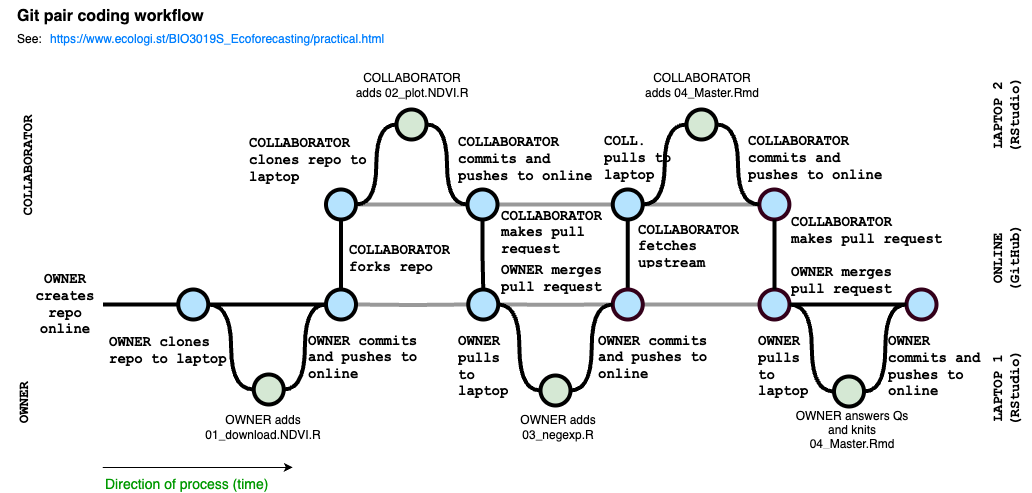
The draw.io diagram GitDiagram.drawio.png in jslingsby/BIO3019S_Ecoforecasting, before a commit. Source tidied: cells renumbered, new cells last; positions are measured from the earlier drawing's top-left corner, leaving out a move shared by most shapes.
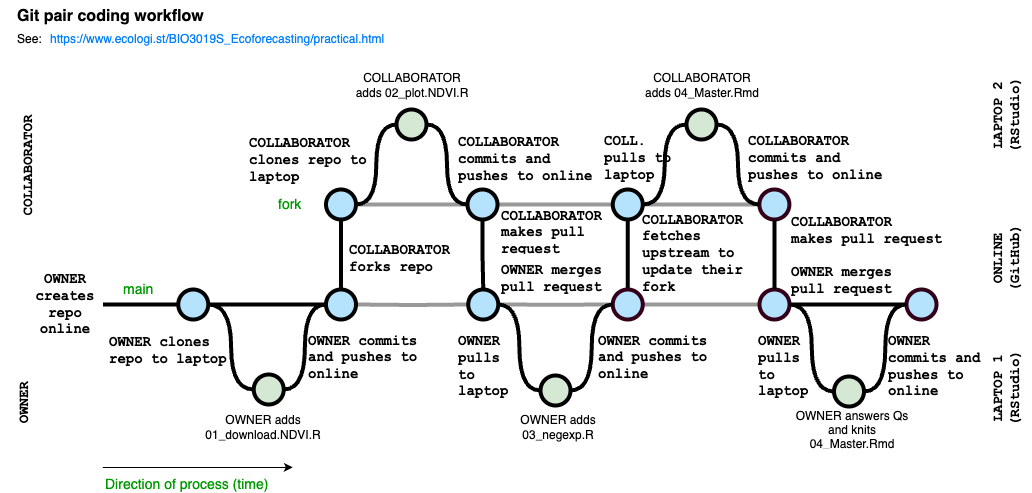
After the change.

The edit, as a diff of the source:
```diff
@@ -129,8 +129,8 @@
     <mxCell id="41" style="edgeStyle=orthogonalEdgeStyle;rounded=0;html=1;jettySize=auto;plain-blue;endArrow=none;endFill=0;strokeWidth=4;strokeColor=#000000;entryX=0.5;entryY=0;entryDx=0;entryDy=0;entryPerimeter=0;exitX=0.5;exitY=1;exitDx=0;exitDy=0;exitPerimeter=0;" parent="1" edge="1" source="57" target="58">
       <mxGeometry x="292.2" y="211" as="geometry" />
     </mxCell>
-    <mxCell id="42" value="COLLABORATOR&lt;br&gt;fetches &lt;br&gt;upstream" style="text;html=1;strokeColor=none;fillColor=none;align=left;verticalAlign=middle;whiteSpace=wrap;overflow=hidden;fontSize=14;fontStyle=1;fontFamily=Courier New;" parent="1" vertex="1">
-      <mxGeometry x="682" y="219" width="110" height="50" as="geometry" />
+    <mxCell id="42" value="COLLABORATOR&lt;br&gt;fetches &lt;br&gt;upstream to update their fork" style="text;html=1;strokeColor=none;fillColor=none;align=left;verticalAlign=middle;whiteSpace=wrap;overflow=hidden;fontSize=14;fontStyle=1;fontFamily=Courier New;" parent="1" vertex="1">
+      <mxGeometry x="686" y="208" width="120" height="90" as="geometry" />
     </mxCell>
     <mxCell id="43" style="edgeStyle=orthogonalEdgeStyle;curved=1;rounded=0;jettySize=auto;html=1;endArrow=none;endFill=0;strokeWidth=4;entryX=0;entryY=0.5;entryDx=0;entryDy=0;entryPerimeter=0;exitX=1;exitY=0.5;exitDx=0;exitDy=0;exitPerimeter=0;strokeColor=#999999;" parent="1" edge="1" source="58" target="44">
       <mxGeometry relative="1" as="geometry" />
@@ -219,5 +219,11 @@
     <mxCell id="71" value="ONLINE&lt;br&gt;(GitHub)" style="text;html=1;strokeColor=none;fillColor=none;align=center;verticalAlign=middle;whiteSpace=wrap;overflow=hidden;fontSize=14;fontStyle=1;fontFamily=Courier New;rotation=-90;" parent="1" vertex="1">
       <mxGeometry x="982" y="233" width="140" height="50" as="geometry" />
     </mxCell>
+    <mxCell id="72" value="main" style="text;html=1;strokeColor=none;fillColor=none;align=left;verticalAlign=middle;whiteSpace=wrap;overflow=hidden;fontSize=14;fontStyle=0;fontColor=#009900;" parent="1" vertex="1">
+      <mxGeometry x="167" y="278" width="56.8" height="20" as="geometry" />
+    </mxCell>
+    <mxCell id="73" value="fork" style="text;html=1;strokeColor=none;fillColor=none;align=left;verticalAlign=middle;whiteSpace=wrap;overflow=hidden;fontSize=14;fontStyle=0;fontColor=#009900;" parent="1" vertex="1">
+      <mxGeometry x="322" y="193" width="56.8" height="20" as="geometry" />
+    </mxCell>
   </root>
 </mxGraphModel>
```
